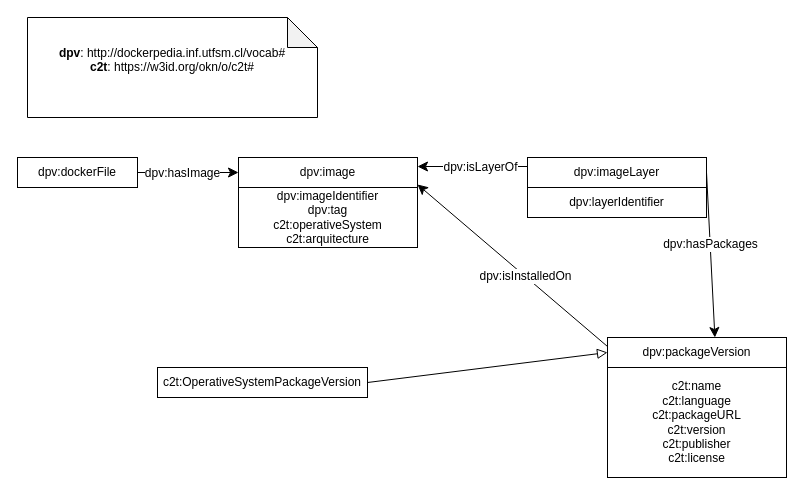
Earlier version of the draw.io diagram ontology.drawio (osoc-es/c2t). Source tidied: cells renumbered, new cells numbered last; positions are measured from the earlier drawing's top-left corner, leaving out a move shared by most shapes. Both pictures are drawn from the tidied source at 100%, with x=0, y=0 at pixel (17, 17).
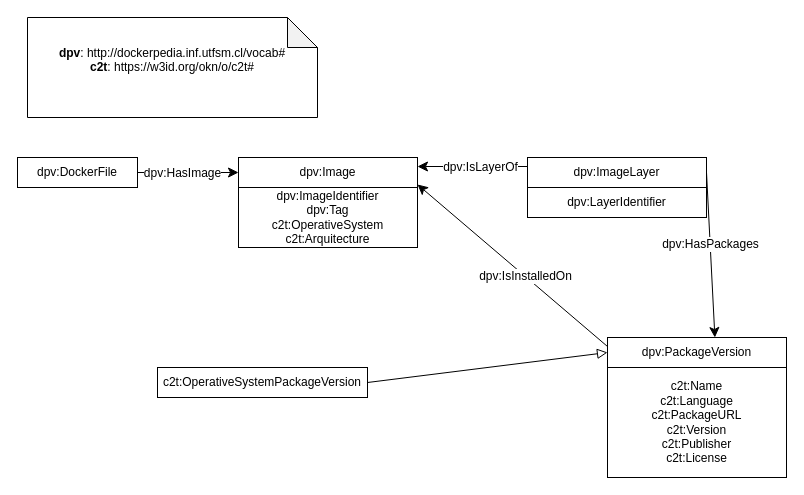
After the change.

Commit message (it also covers changes not shown here):
Ontología modificada

Change to the diagram source:
```diff
@@
 <mxGraphModel>
   <root>
     <mxCell id="0" />
     <mxCell id="1" parent="0" />
-    <mxCell id="2" value="dpv:dockerFile" style="rounded=0;whiteSpace=wrap;html=1;snapToPoint=1;points=[[0.1,0],[0.2,0],[0.3,0],[0.4,0],[0.5,0],[0.6,0],[0.7,0],[0.8,0],[0.9,0],[0,0.1],[0,0.3],[0,0.5],[0,0.7],[0,0.9],[0.1,1],[0.2,1],[0.3,1],[0.4,1],[0.5,1],[0.6,1],[0.7,1],[0.8,1],[0.9,1],[1,0.1],[1,0.3],[1,0.5],[1,0.7],[1,0.9]];" parent="1" vertex="1">
+    <mxCell id="2" value="dpv:DockerFile" style="rounded=0;whiteSpace=wrap;html=1;snapToPoint=1;points=[[0.1,0],[0.2,0],[0.3,0],[0.4,0],[0.5,0],[0.6,0],[0.7,0],[0.8,0],[0.9,0],[0,0.1],[0,0.3],[0,0.5],[0,0.7],[0,0.9],[0.1,1],[0.2,1],[0.3,1],[0.4,1],[0.5,1],[0.6,1],[0.7,1],[0.8,1],[0.9,1],[1,0.1],[1,0.3],[1,0.5],[1,0.7],[1,0.9]];" parent="1" vertex="1">
       <mxGeometry y="140" width="120" height="30" as="geometry" />
     </mxCell>
     <mxCell id="3" value="&lt;div&gt;&lt;b&gt;dpv&lt;/b&gt;: http://dockerpedia.inf.utfsm.cl/vocab#&lt;/div&gt;&lt;div&gt;&lt;div&gt;&lt;b&gt;c2t&lt;/b&gt;: https://w3id.org/okn/o/c2t#&lt;/div&gt;&lt;/div&gt;&lt;div&gt;&lt;br&gt;&lt;/div&gt;" style="shape=note;whiteSpace=wrap;html=1;backgroundOutline=1;darkOpacity=0.05;" parent="1" vertex="1">
       <mxGeometry x="10" width="290" height="100" as="geometry" />
     </mxCell>
     <mxCell id="4" value="c2t:OperativeSystemPackageVersion" style="rounded=0;whiteSpace=wrap;html=1;snapToPoint=1;points=[[0.1,0],[0.2,0],[0.3,0],[0.4,0],[0.5,0],[0.6,0],[0.7,0],[0.8,0],[0.9,0],[0,0.1],[0,0.3],[0,0.5],[0,0.7],[0,0.9],[0.1,1],[0.2,1],[0.3,1],[0.4,1],[0.5,1],[0.6,1],[0.7,1],[0.8,1],[0.9,1],[1,0.1],[1,0.3],[1,0.5],[1,0.7],[1,0.9]];" parent="1" vertex="1">
       <mxGeometry x="140" y="350" width="210" height="30" as="geometry" />
     </mxCell>
-    <mxCell id="5" value="dpv:imageIdentifier&lt;br&gt;dpv:tag&lt;br&gt;c2t:operativeSystem&lt;br&gt;c2t:arquitecture" style="rounded=0;whiteSpace=wrap;html=1;" parent="1" vertex="1">
+    <mxCell id="5" value="dpv:ImageIdentifier&lt;br&gt;dpv:Tag&lt;br&gt;c2t:OperativeSystem&lt;br&gt;c2t:Arquitecture" style="rounded=0;whiteSpace=wrap;html=1;" parent="1" vertex="1">
       <mxGeometry x="221" y="170" width="179" height="60" as="geometry" />
     </mxCell>
-    <mxCell id="6" value="dpv:image" style="rounded=0;whiteSpace=wrap;html=1;snapToPoint=1;points=[[0.1,0],[0.2,0],[0.3,0],[0.4,0],[0.5,0],[0.6,0],[0.7,0],[0.8,0],[0.9,0],[0,0.1],[0,0.3],[0,0.5],[0,0.7],[0,0.9],[0.1,1],[0.2,1],[0.3,1],[0.4,1],[0.5,1],[0.6,1],[0.7,1],[0.8,1],[0.9,1],[1,0.1],[1,0.3],[1,0.5],[1,0.7],[1,0.9]];" parent="1" vertex="1">
+    <mxCell id="6" value="dpv:Image" style="rounded=0;whiteSpace=wrap;html=1;snapToPoint=1;points=[[0.1,0],[0.2,0],[0.3,0],[0.4,0],[0.5,0],[0.6,0],[0.7,0],[0.8,0],[0.9,0],[0,0.1],[0,0.3],[0,0.5],[0,0.7],[0,0.9],[0.1,1],[0.2,1],[0.3,1],[0.4,1],[0.5,1],[0.6,1],[0.7,1],[0.8,1],[0.9,1],[1,0.1],[1,0.3],[1,0.5],[1,0.7],[1,0.9]];" parent="1" vertex="1">
       <mxGeometry x="221" y="140" width="179" height="30" as="geometry" />
     </mxCell>
-    <mxCell id="7" value="dpv:layerIdentifier" style="rounded=0;whiteSpace=wrap;html=1;" parent="1" vertex="1">
+    <mxCell id="7" value="dpv:LayerIdentifier" style="rounded=0;whiteSpace=wrap;html=1;" parent="1" vertex="1">
       <mxGeometry x="510" y="170" width="179" height="30" as="geometry" />
     </mxCell>
-    <mxCell id="8" value="dpv:imageLayer" style="rounded=0;whiteSpace=wrap;html=1;snapToPoint=1;points=[[0.1,0],[0.2,0],[0.3,0],[0.4,0],[0.5,0],[0.6,0],[0.7,0],[0.8,0],[0.9,0],[0,0.1],[0,0.3],[0,0.5],[0,0.7],[0,0.9],[0.1,1],[0.2,1],[0.3,1],[0.4,1],[0.5,1],[0.6,1],[0.7,1],[0.8,1],[0.9,1],[1,0.1],[1,0.3],[1,0.5],[1,0.7],[1,0.9]];" parent="1" vertex="1">
+    <mxCell id="8" value="dpv:ImageLayer" style="rounded=0;whiteSpace=wrap;html=1;snapToPoint=1;points=[[0.1,0],[0.2,0],[0.3,0],[0.4,0],[0.5,0],[0.6,0],[0.7,0],[0.8,0],[0.9,0],[0,0.1],[0,0.3],[0,0.5],[0,0.7],[0,0.9],[0.1,1],[0.2,1],[0.3,1],[0.4,1],[0.5,1],[0.6,1],[0.7,1],[0.8,1],[0.9,1],[1,0.1],[1,0.3],[1,0.5],[1,0.7],[1,0.9]];" parent="1" vertex="1">
       <mxGeometry x="510" y="140" width="179" height="30" as="geometry" />
     </mxCell>
-    <mxCell id="9" value="c2t:name&lt;br&gt;c2t:language&lt;br&gt;c2t:packageURL&lt;br&gt;c2t:version&lt;br&gt;c2t:publisher&lt;br&gt;c2t:license" style="rounded=0;whiteSpace=wrap;html=1;" parent="1" vertex="1">
+    <mxCell id="9" value="c2t:Name&lt;br&gt;c2t:Language&lt;br&gt;c2t:PackageURL&lt;br&gt;c2t:Version&lt;br&gt;c2t:Publisher&lt;br&gt;c2t:License" style="rounded=0;whiteSpace=wrap;html=1;" parent="1" vertex="1">
       <mxGeometry x="590" y="350" width="179" height="110" as="geometry" />
     </mxCell>
-    <mxCell id="10" value="dpv:packageVersion" style="rounded=0;whiteSpace=wrap;html=1;snapToPoint=1;points=[[0.1,0],[0.2,0],[0.3,0],[0.4,0],[0.5,0],[0.6,0],[0.7,0],[0.8,0],[0.9,0],[0,0.1],[0,0.3],[0,0.5],[0,0.7],[0,0.9],[0.1,1],[0.2,1],[0.3,1],[0.4,1],[0.5,1],[0.6,1],[0.7,1],[0.8,1],[0.9,1],[1,0.1],[1,0.3],[1,0.5],[1,0.7],[1,0.9]];" parent="1" vertex="1">
+    <mxCell id="10" value="dpv:PackageVersion" style="rounded=0;whiteSpace=wrap;html=1;snapToPoint=1;points=[[0.1,0],[0.2,0],[0.3,0],[0.4,0],[0.5,0],[0.6,0],[0.7,0],[0.8,0],[0.9,0],[0,0.1],[0,0.3],[0,0.5],[0,0.7],[0,0.9],[0.1,1],[0.2,1],[0.3,1],[0.4,1],[0.5,1],[0.6,1],[0.7,1],[0.8,1],[0.9,1],[1,0.1],[1,0.3],[1,0.5],[1,0.7],[1,0.9]];" parent="1" vertex="1">
       <mxGeometry x="590" y="320" width="179" height="30" as="geometry" />
     </mxCell>
     <mxCell id="11" style="endArrow=classic;html=1;exitX=1;exitY=0.5;exitDx=0;exitDy=0;endSize=8;arcSize=0;rounded=0;entryX=0;entryY=0.5;entryDx=0;entryDy=0;" parent="1" edge="1" source="2" target="6">
       <mxGeometry relative="1" as="geometry" />
     </mxCell>
-    <mxCell id="12" value="dpv:hasImage" style="text;html=1;align=center;verticalAlign=middle;labelBackgroundColor=#ffffff;" parent="11" vertex="1">
+    <mxCell id="12" value="dpv:HasImage" style="text;html=1;align=center;verticalAlign=middle;labelBackgroundColor=#ffffff;" parent="11" vertex="1">
       <mxGeometry x="-0.13" relative="1" as="geometry" />
     </mxCell>
     <mxCell id="13" style="endArrow=classic;html=1;entryX=1;entryY=0.3;entryDx=0;entryDy=0;endSize=8;arcSize=0;rounded=0;exitX=0;exitY=0.3;exitDx=0;exitDy=0;" parent="1" edge="1" source="8" target="6">
       <mxGeometry relative="1" as="geometry" />
     </mxCell>
-    <mxCell id="14" value="dpv:isLayerOf" style="text;html=1;align=center;verticalAlign=middle;labelBackgroundColor=#ffffff;" parent="13" vertex="1">
+    <mxCell id="14" value="dpv:IsLayerOf" style="text;html=1;align=center;verticalAlign=middle;labelBackgroundColor=#ffffff;" parent="13" vertex="1">
       <mxGeometry x="-0.13" relative="1" as="geometry" />
     </mxCell>
     <mxCell id="15" style="endArrow=classic;html=1;exitX=1;exitY=0.5;exitDx=0;exitDy=0;entryX=0.6;entryY=0;entryDx=0;entryDy=0;endSize=8;arcSize=0;rounded=0;" parent="1" edge="1" source="8" target="10">
       <mxGeometry relative="1" as="geometry" />
     </mxCell>
-    <mxCell id="16" value="dpv:hasPackages" style="text;html=1;align=center;verticalAlign=middle;labelBackgroundColor=#ffffff;" parent="15" vertex="1">
+    <mxCell id="16" value="dpv:HasPackages" style="text;html=1;align=center;verticalAlign=middle;labelBackgroundColor=#ffffff;" parent="15" vertex="1">
       <mxGeometry x="-0.13" relative="1" as="geometry" />
     </mxCell>
     <mxCell id="17" style="endArrow=classic;html=1;exitX=0;exitY=0.3;exitDx=0;exitDy=0;entryX=1;entryY=0.9;entryDx=0;entryDy=0;endSize=8;arcSize=0;rounded=0;" parent="1" edge="1" source="10" target="6">
       <mxGeometry relative="1" as="geometry" />
     </mxCell>
-    <mxCell id="18" value="dpv:isInstalledOn" style="text;html=1;align=center;verticalAlign=middle;labelBackgroundColor=#ffffff;" parent="17" vertex="1">
+    <mxCell id="18" value="dpv:IsInstalledOn" style="text;html=1;align=center;verticalAlign=middle;labelBackgroundColor=#ffffff;" parent="17" vertex="1">
       <mxGeometry x="-0.13" relative="1" as="geometry" />
     </mxCell>
     <mxCell id="19" style="endArrow=block;html=1;fontColor=#000099;exitX=1;exitY=0.5;exitDx=0;exitDy=0;endFill=0;entryX=0;entryY=0.5;entryDx=0;entryDy=0;endSize=8;arcSize=0;rounded=0;" parent="1" edge="1" source="4" target="10">
       <mxGeometry relative="1" as="geometry" />
     </mxCell>
   </root>
 </mxGraphModel>
```
